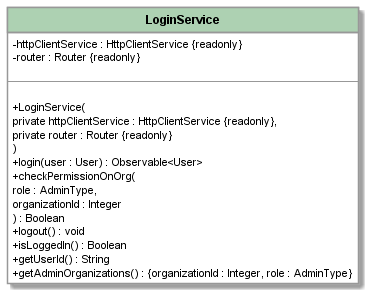
Before: esterni/manuale-manutentore/components/architettura/img/webapp-loginservice.png, a diagram exported from PlantUML (GruppOne/project-docs).
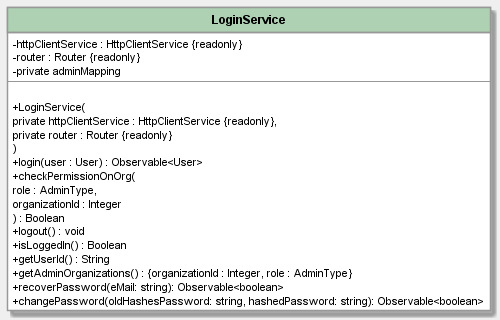
After the commit.

Diff of the diagram source:
```diff
@@ -1,60 +1,9 @@
 @startuml LoginService
-
-hide circle
-
-skinparam {
-  ArrowColor #000
-  BackgroundColor #efefef
-  DefaultFontName Roboto
-  Linetype ortho
-  NoteFontName Roboto
-  SequenceLifeLineBackgroundColor #989898
-  SequenceLifeLineBorderColor #000
-  SequenceMessageAlignment center
-  SequenceTitleFontColor #000
-  ParticipantPadding 10
-  ResponseMessageBelowArrow true
-  classAttributeIconSize 0
-  TitleFontSize 20
-  TitleBorderColor #989898
-  TitleBackgroundColor #fff
-
-  Class {
-    BackgroundColor #fff
-    BorderColor #989898
-    FontStyle bold
-    HeaderBackgroundColor #add1b2
-    StereotypeFontStyle normal
-  }
-
-  Class<<interface>> {
-    HeaderBackgroundColor #b4a7e5
-  }
-
-  Class<<enumeration>> {
-    HeaderBackgroundColor #eb937f
-  }
-
-  Package {
-    BackgroundColor #c3c3c3
-    BorderColor #989898
-  }
-
-  Note {
-    BackgroundColor #fdfd96
-    BorderColor #ffd400
-  }
-
-  Participant {
-    BackgroundColor #fff
-    BorderColor #989898
-    FontStyle bold
-  }
-}
+!include ../../style/class.pu
 class LoginService {
   - httpClientService : HttpClientService {readonly}
   - router : Router {readonly}
-
+  - private adminMapping
   --
 
   + LoginService(
@@ -70,5 +19,7 @@
   + isLoggedIn() : Boolean
   + getUserId() : String
   + getAdminOrganizations() : {organizationId : Integer, role : AdminType}
+  + recoverPassword(eMail: string): Observable<boolean>
+  + changePassword(oldHashesPassword: string, hashedPassword: string): Observable<boolean>
 }
 @enduml
```
